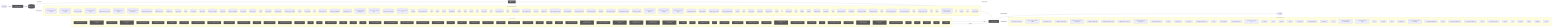
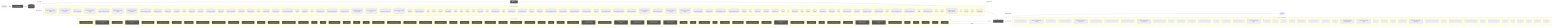
flowchart LR
  UserQ(["👤 User Query"])
  Embed["📐 Embedding Model"]
  VecDB[("📚 Vector Store")]
  Retriever["🔍 Retriever"]
  LLMNode["🧠 LLM / Generator"]
  Output(["✅ Response"])
  UserQ -->|query| Embed
  Embed -->|vector| VecDB
  VecDB -->|top-k chunks| Retriever
  Retriever -->|context + query| LLMNode
  LLMNode -->|generated answer| Output
  subgraph DetectedMemory["Detected memory stores"]
    det_detectedmemory_check_steering_feedback_contract_80134459[("check-steering-feedback-contract")]
    det_detectedmemory_normalize_workflow_contracts_8701f1c8[("normalize-workflow-contracts")]
    det_detectedmemory_sync_codex_preflight_7e7a8dc2[("sync-codex-preflight")]
    det_detectedmemory_test_harness_upgrade_matrix_84113c4e[("test-harness-upgrade-matrix")]
    det_detectedmemory_validate_prompt_context_drift_8c949ef6[("validate-prompt-context-drift")]
    det_detectedmemory_validate_runtime_packet_schemas_bc3ba8ec[("validate-runtime-packet-schemas")]
    det_detectedmemory_validate_system_prompt_gap_adoption_62d8c955[("validate-system-prompt-gap-adoption")]
    det_detectedmemory_validate_workflow_contracts_33dc063c[("validate-workflow-contracts")]
    det_detectedmemory_branch_protect_core_a8feb0fd[("branch-protect-core")]
    det_detectedmemory_ci_migrate_core_7005b5af[("ci-migrate-core")]
    det_detectedmemory_context_health_80bb7da9[("context-health")]
    det_detectedmemory_context_ea7792a2[("context")]
    det_detectedmemory_docs_gate_core_eb9b6c18[("docs-gate-core")]
    det_detectedmemory_index_context_de3ed39d[("index-context")]
    det_detectedmemory_local_memory_preflight_dcc36c42[("local-memory-preflight")]
    det_detectedmemory_memory_gate_a577a506[("memory-gate")]
    det_detectedmemory_pattern_scope_siblings_43abe000[("pattern-scope-siblings")]
    det_detectedmemory_review_context_ca6cf81d[("review-context")]
    det_detectedmemory_review_gate_core_4c8001f9[("review-gate-core")]
    det_detectedmemory_search_24193290[("search")]
    det_detectedmemory_session_context_e5ec72c0[("session-context")]
    det_detectedmemory_tooling_audit_core_328d6a41[("tooling-audit-core")]
    det_detectedmemory_run_local_memory_preflight_36e92808[("run-local-memory-preflight")]
    det_detectedmemory_checker_d2d2328e[("checker")]
    det_detectedmemory_context_health_1_ceb11829[("context-health")]
    det_detectedmemory_types_2_d9bc6e7a[("types")]
    det_detectedmemory_branch_protect_sync_570adb18[("branch-protect-sync")]
    det_detectedmemory_command_capability_rules_ca3f496a[("command-capability-rules")]
    det_detectedmemory_command_specs_core_1c0ffc99[("command-specs-core")]
    det_detectedmemory_local_memory_preflight_command_spec_9e23f3ce[("local-memory-preflight-command-spec")]
    det_detectedmemory_memory_gate_command_spec_dc9001a9[("memory-gate-command-spec")]
    det_detectedmemory_review_gate_command_spec_3187376a[("review-gate-command-spec")]
    det_detectedmemory_session_context_command_spec_973afbb1[("session-context-command-spec")]
    det_detectedmemory_constants_7517017f[("constants")]
    det_detectedmemory_context_compact_policy_3dcaf95d[("context-compact-policy")]
    det_detectedmemory_index_3_7e40d474[("index")]
    det_detectedmemory_indexer_70fa78e5[("indexer")]
    det_detectedmemory_init_error_5c7dd49f[("init-error")]
    det_detectedmemory_lexical_fallback_723e2b3e[("lexical-fallback")]
    det_detectedmemory_ollama_76e3c7bf[("ollama")]
    det_detectedmemory_rollout_a4fa034c[("rollout")]
    det_detectedmemory_sources_878a52fc[("sources")]
    det_detectedmemory_store_824d80d7[("store")]
    det_detectedmemory_sync_contract_c79fa191[("sync-contract")]
    det_detectedmemory_types_8_f6283648[("types")]
    det_detectedmemory_harness_run_context_ac7c77a9[("harness-run-context")]
    det_detectedmemory_index_4_013aa0e3[("index")]
    det_detectedmemory_json_schema_core_96d7e328[("json-schema-core")]
    det_detectedmemory_policy_validators_core_714a3fe7[("policy-validators-core")]
    det_detectedmemory_types_core_e405ddca[("types-core")]
    det_detectedmemory_validator_core_4358f8ba[("validator-core")]
    det_detectedmemory_archive_candidates_scanner_d0931789[("archive-candidates-scanner")]
    det_detectedmemory_archive_candidates_dc0e40e1[("archive-candidates")]
    det_detectedmemory_docs_task_eval_contract_79347457[("docs-task-eval-contract")]
    det_detectedmemory_docs_task_eval_fixtures_44902755[("docs-task-eval-fixtures")]
    det_detectedmemory_init_modes_c05ceb07[("init-modes")]
    det_detectedmemory_project_brain_templates_7ef51530[("project-brain-templates")]
    det_detectedmemory_scaffold_diagram_templates_dd88e83c[("scaffold-diagram-templates")]
    det_detectedmemory_scaffold_doc_templates_f6152330[("scaffold-doc-templates")]
    det_detectedmemory_scaffold_environment_templates_c1ceba6a[("scaffold-environment-templates")]
+     det_detectedmemory_scaffold_hook_templates_8c74ab50[("scaffold-hook-templates")]
    det_detectedmemory_scaffold_root_command_templates_404fed7f[("scaffold-root-command-templates")]
    det_detectedmemory_scaffold_script_template_registry_69312d4e[("scaffold-script-template-registry")]
    det_detectedmemory_scaffold_shell_templates_0ad0f915[("scaffold-shell-templates")]
    det_detectedmemory_scaffold_surfaces_12d6494e[("scaffold-surfaces")]
    det_detectedmemory_scaffold_template_registry_b1cce2aa[("scaffold-template-registry")]
    det_detectedmemory_scaffold_workflow_template_92310587[("scaffold-workflow-template")]
    det_detectedmemory_eval_seed_5699fd3e[("eval-seed")]
    det_detectedmemory_index_10_f6785a46[("index")]
    det_detectedmemory_review_context_1_e3afed15[("review-context")]
    det_detectedmemory_memory_gate_1_265164ac[("memory-gate")]
    det_detectedmemory_branch_enforcer_acb749cd[("branch-enforcer")]
    det_detectedmemory_cli_args_5_09ea29f0[("cli-args")]
    det_detectedmemory_cli_7_dc4a9f7f[("cli")]
    det_detectedmemory_metrics_tracker_98cec29c[("metrics-tracker")]
    det_detectedmemory_types_19_eb4ad5f0[("types")]
    det_detectedmemory_validator_5_b19ac2be[("validator")]
    det_detectedmemory_classifier_fe1991a9[("classifier")]
    det_detectedmemory_tooling_baseline_50ab2eeb[("tooling-baseline")]
    det_detectedmemory_claim_helpers_20dc8387[("claim-helpers")]
    det_detectedmemory_types_24_c63dc1a7[("types")]
    det_detectedmemory_local_memory_smoke_1175abfc[("local-memory-smoke")]
    det_detectedmemory_local_memory_0db17ecc[("local-memory")]
    det_detectedmemory_performance_overload_c685bfcf[("performance-overload")]
    det_detectedmemory_suggestion_generator_0956f794[("suggestion-generator")]
    det_detectedmemory_index_12_762ec91b[("index")]
    det_detectedmemory_prompt_context_drift_report_3257a95c[("prompt-context-drift-report")]
    det_detectedmemory_prompt_context_drift_types_ba6863d4[("prompt-context-drift-types")]
    det_detectedmemory_index_13_97df39c8[("index")]
    det_detectedmemory_prompt_context_receipt_17b862b2[("prompt-context-receipt")]
    det_detectedmemory_types_31_eb363e20[("types")]
    det_detectedmemory_policy_1_fc4198db[("policy")]
    det_detectedmemory_runtime_card_codex_runtime_validation_d8ce9934[("runtime-card-codex-runtime-validation")]
    det_detectedmemory_cli_12_01c06c37[("cli")]
    det_detectedmemory_collector_0736fd5b[("collector")]
    det_detectedmemory_types_34_85e6a0bb[("types")]
    det_detectedmemory_overload_guard_2748c559[("overload-guard")]
  end
  VecDB -. "implemented by" .-> DetectedMemory
  subgraph DetectedLLM["Detected LLM clients"]
    det_detectedllm_check_codex_agent_roles_5bb2e89b["check-codex-agent-roles"]
    det_detectedllm_check_steering_feedback_contract_80134459["check-steering-feedback-contract"]
    det_detectedllm_run_harness_evals_77704768["run-harness-evals"]
    det_detectedllm_validate_decision_request_2e5c325e["validate-decision-request"]
    det_detectedllm_validate_goal_completion_audit_receipt_100d252c["validate-goal-completion-audit-receipt"]
    det_detectedllm_validate_packaged_skill_5e32c890["validate-packaged-skill"]
    det_detectedllm_validate_prompt_context_drift_8c949ef6["validate-prompt-context-drift"]
    det_detectedllm_validate_reviewer_coverage_251efee3["validate-reviewer-coverage"]
    det_detectedllm_validate_system_prompt_gap_adoption_62d8c955["validate-system-prompt-gap-adoption"]
    det_detectedllm_check_environment_core_2c16213f["check-environment-core"]
    det_detectedllm_context_ea7792a2["context"]
    det_detectedllm_index_context_de3ed39d["index-context"]
    det_detectedllm_prompt_gate_c5e9d207["prompt-gate"]
    det_detectedllm_remediate_runner_helpers_929fedcc["remediate-runner-helpers"]
    det_detectedllm_search_24193290["search"]
    det_detectedllm_context_health_1_ceb11829["context-health"]
    det_detectedllm_command_specs_core_1c0ffc99["command-specs-core"]
    det_detectedllm_prompt_gate_command_spec_9a941482["prompt-gate-command-spec"]
    det_detectedllm_constants_7517017f["constants"]
    det_detectedllm_index_3_7e40d474["index"]
    det_detectedllm_indexer_70fa78e5["indexer"]
    det_detectedllm_ollama_76e3c7bf["ollama"]
    det_detectedllm_sync_contract_c79fa191["sync-contract"]
    det_detectedllm_north_star_validators_cfc926ce["north-star-validators"]
    det_detectedllm_hilt_boundary_9b36fb15["hilt-boundary"]
    det_detectedllm_types_10_75e5a4a0["types"]
    det_detectedllm_goal_completion_audit_receipt_validation_9d0f4891["goal-completion-audit-receipt-validation"]
    det_detectedllm_goal_completion_audit_receipt_5e4939c3["goal-completion-audit-receipt"]
    det_detectedllm_index_5_522f772a["index"]
    det_detectedllm_constants_1_a84e15f0["constants"]
    det_detectedllm_types_17_ed30531c["types"]
    det_detectedllm_sensitive_text_7c11f760["sensitive-text"]
    det_detectedllm_pr_template_linked_issue_relationship_a7b61f2c["pr-template-linked-issue-relationship"]
    det_detectedllm_pr_template_validator_rules_20a32d6b["pr-template-validator-rules"]
    det_detectedllm_index_12_762ec91b["index"]
    det_detectedllm_prompt_context_drift_report_3257a95c["prompt-context-drift-report"]
    det_detectedllm_prompt_context_drift_types_ba6863d4["prompt-context-drift-types"]
    det_detectedllm_index_13_97df39c8["index"]
    det_detectedllm_prompt_context_receipt_17b862b2["prompt-context-receipt"]
    det_detectedllm_cli_args_9_9c136878["cli-args"]
    det_detectedllm_cli_11_338a8415["cli"]
    det_detectedllm_sections_4697ef32["sections"]
    det_detectedllm_types_27_4d134744["types"]
    det_detectedllm_validator_7_f836eb0e["validator"]
    det_detectedllm_cli_args_10_861cdd3f["cli-args"]
  end
  LLMNode -. "implemented by" .-> DetectedLLM
  subgraph DetectedTools["Agentic tool calls"]
    det_detectedtools_check_codex_agent_roles_5bb2e89b["🔧 check-codex-agent-roles"]
    det_detectedtools_check_steering_feedback_contract_80134459["🔧 check-steering-feedback-contract"]
    det_detectedtools_run_harness_evals_77704768["🔧 run-harness-evals"]
    det_detectedtools_validate_action_review_receipt_fa2f06c3["🔧 validate-action-review-receipt"]
    det_detectedtools_validate_packaged_skill_5e32c890["🔧 validate-packaged-skill"]
    det_detectedtools_validate_replay_packet_f309747e["🔧 validate-replay-packet"]
    det_detectedtools_ci_migrate_core_7005b5af["🔧 ci-migrate-core"]
    det_detectedtools_doctor_checks_5a2eb2b9["🔧 doctor-checks"]
    det_detectedtools_doctor_github_tool_check_e0a938df["🔧 doctor-github-tool-check"]
    det_detectedtools_doctor_github_tool_checks_a53b0382["🔧 doctor-github-tool-checks"]
    det_detectedtools_doctor_tool_checks_4acac51a["🔧 doctor-tool-checks"]
    det_detectedtools_next_blocked_decisions_4140ad2b["🔧 next-blocked-decisions"]
    det_detectedtools_policy_gate_213f7313["🔧 policy-gate"]
    det_detectedtools_remediate_cli_output_cc165396["🔧 remediate-cli-output"]
    det_detectedtools_remediate_runner_helpers_929fedcc["🔧 remediate-runner-helpers"]
    det_detectedtools_review_gate_core_4c8001f9["🔧 review-gate-core"]
    det_detectedtools_index_1bc04b52["🔧 index"]
    det_detectedtools_types_1_4ecdf56e["🔧 types"]
    det_detectedtools_validation_constants_e002a0f6["🔧 validation-constants"]
    det_detectedtools_validation_98c41dcd["🔧 validation"]
    det_detectedtools_checker_d2d2328e["🔧 checker"]
    det_detectedtools_cli_args_1_6144b055["🔧 cli-args"]
    det_detectedtools_command_capabilities_a4d5c71e["🔧 command-capabilities"]
    det_detectedtools_command_capability_rules_ca3f496a["🔧 command-capability-rules"]
    det_detectedtools_linear_command_actions_e430f4f4["🔧 linear-command-actions"]
    det_detectedtools_linear_command_runner_4a740dfc["🔧 linear-command-runner"]
    det_detectedtools_policy_validators_core_714a3fe7["🔧 policy-validators-core"]
    det_detectedtools_types_core_e405ddca["🔧 types-core"]
    det_detectedtools_validator_core_4358f8ba["🔧 validator-core"]
    det_detectedtools_validator_helpers_7b927667["🔧 validator-helpers"]
    det_detectedtools_he_phase_exit_core_1148895b["🔧 he-phase-exit-core"]
    det_detectedtools_ralph_runtime_73d63c0e["🔧 ralph-runtime"]
    det_detectedtools_observed_skill_usage_ed7d5930["🔧 observed-skill-usage"]
    det_detectedtools_closure_evidence_aaa31467["🔧 closure-evidence"]
    det_detectedtools_pr_creator_dc6b1ea4["🔧 pr-creator"]
    det_detectedtools_client_948fe603["🔧 client"]
    det_detectedtools_init_output_360dce91["🔧 init-output"]
    det_detectedtools_scaffold_ci_templates_2afd6392["🔧 scaffold-ci-templates"]
    det_detectedtools_scaffold_codex_environment_templates_334fbbed["🔧 scaffold-codex-environment-templates"]
    det_detectedtools_scaffold_config_templates_4b80ce53["🔧 scaffold-config-templates"]
    det_detectedtools_scaffold_environment_templates_c1ceba6a["🔧 scaffold-environment-templates"]
    det_detectedtools_scaffold_github_actions_pr_pipeline_renderer_1ee18de5["🔧 scaffold-github-actions-pr-pipeline-renderer"]
    det_detectedtools_scaffold_github_actions_pr_pipeline_template_e2b85f62["🔧 scaffold-github-actions-pr-pipeline-template"]
    det_detectedtools_scaffold_release_private_npm_template_075499f8["🔧 scaffold-release-private-npm-template"]
    det_detectedtools_constants_1_a84e15f0["🔧 constants"]
    det_detectedtools_index_9_32dd4d91["🔧 index"]
    det_detectedtools_validation_common_6161e48b["🔧 validation-common"]
    det_detectedtools_cli_7_dc4a9f7f["🔧 cli"]
    det_detectedtools_metrics_tracker_98cec29c["🔧 metrics-tracker"]
    det_detectedtools_normalise_renderer_85f2e563["🔧 normalise-renderer"]
    det_detectedtools_evaluation_engine_core_e054fe49["🔧 evaluation-engine-core"]
    det_detectedtools_tooling_baseline_50ab2eeb["🔧 tooling-baseline"]
    det_detectedtools_prompt_context_drift_report_3257a95c["🔧 prompt-context-drift-report"]
    det_detectedtools_prompt_context_drift_types_ba6863d4["🔧 prompt-context-drift-types"]
    det_detectedtools_replay_packet_a1293f88["🔧 replay-packet"]
    det_detectedtools_index_14_d982116c["🔧 index"]
    det_detectedtools_review_lifecycle_contract_e5447221["🔧 review-lifecycle-contract"]
    det_detectedtools_review_lifecycle_89afa64c["🔧 review-lifecycle"]
    det_detectedtools_runtime_card_codex_runtime_validation_d8ce9934["🔧 runtime-card-codex-runtime-validation"]
    det_detectedtools_runtime_card_codex_runtime_0655e230["🔧 runtime-card-codex-runtime"]
    det_detectedtools_runtime_evidence_bundle_d471a232["🔧 runtime-evidence-bundle"]
    det_detectedtools_types_36_674380ec["🔧 types"]
    det_detectedtools_index_17_642943a2["🔧 index"]
    det_detectedtools_projection_1b250ea1["🔧 projection"]
    det_detectedtools_types_38_e8efcd57["🔧 types"]
    det_detectedtools_validation_7_c4e6d8b6["🔧 validation"]
  end
  LLMNode -->|tool use| DetectedTools
  DetectedTools -->|result| LLMNode
  classDef memNode fill:#555,color:#fff
  class VecDB,Retriever memNode
  classDef llmNode fill:#555,color:#fff
  class LLMNode,Embed llmNode
  classDef toolNode fill:#555,color:#fff
  class det_detectedtools_check_codex_agent_roles_5bb2e89b,det_detectedtools_check_steering_feedback_contract_80134459,det_detectedtools_run_harness_evals_77704768,det_detectedtools_validate_action_review_receipt_fa2f06c3,det_detectedtools_validate_packaged_skill_5e32c890,det_detectedtools_validate_replay_packet_f309747e,det_detectedtools_ci_migrate_core_7005b5af,det_detectedtools_doctor_checks_5a2eb2b9,det_detectedtools_doctor_github_tool_check_e0a938df,det_detectedtools_doctor_github_tool_checks_a53b0382,det_detectedtools_doctor_tool_checks_4acac51a,det_detectedtools_next_blocked_decisions_4140ad2b,det_detectedtools_policy_gate_213f7313,det_detectedtools_remediate_cli_output_cc165396,det_detectedtools_remediate_runner_helpers_929fedcc,det_detectedtools_review_gate_core_4c8001f9,det_detectedtools_index_1bc04b52,det_detectedtools_types_1_4ecdf56e,det_detectedtools_validation_constants_e002a0f6,det_detectedtools_validation_98c41dcd,det_detectedtools_checker_d2d2328e,det_detectedtools_cli_args_1_6144b055,det_detectedtools_command_capabilities_a4d5c71e,det_detectedtools_command_capability_rules_ca3f496a,det_detectedtools_linear_command_actions_e430f4f4,det_detectedtools_linear_command_runner_4a740dfc,det_detectedtools_policy_validators_core_714a3fe7,det_detectedtools_types_core_e405ddca,det_detectedtools_validator_core_4358f8ba,det_detectedtools_validator_helpers_7b927667,det_detectedtools_he_phase_exit_core_1148895b,det_detectedtools_ralph_runtime_73d63c0e,det_detectedtools_observed_skill_usage_ed7d5930,det_detectedtools_closure_evidence_aaa31467,det_detectedtools_pr_creator_dc6b1ea4,det_detectedtools_client_948fe603,det_detectedtools_init_output_360dce91,det_detectedtools_scaffold_ci_templates_2afd6392,det_detectedtools_scaffold_codex_environment_templates_334fbbed,det_detectedtools_scaffold_config_templates_4b80ce53,det_detectedtools_scaffold_environment_templates_c1ceba6a,det_detectedtools_scaffold_github_actions_pr_pipeline_renderer_1ee18de5,det_detectedtools_scaffold_github_actions_pr_pipeline_template_e2b85f62,det_detectedtools_scaffold_release_private_npm_template_075499f8,det_detectedtools_constants_1_a84e15f0,det_detectedtools_index_9_32dd4d91,det_detectedtools_validation_common_6161e48b,det_detectedtools_cli_7_dc4a9f7f,det_detectedtools_metrics_tracker_98cec29c,det_detectedtools_normalise_renderer_85f2e563,det_detectedtools_evaluation_engine_core_e054fe49,det_detectedtools_tooling_baseline_50ab2eeb,det_detectedtools_prompt_context_drift_report_3257a95c,det_detectedtools_prompt_context_drift_types_ba6863d4,det_detectedtools_replay_packet_a1293f88,det_detectedtools_index_14_d982116c,det_detectedtools_review_lifecycle_contract_e5447221,det_detectedtools_review_lifecycle_89afa64c,det_detectedtools_runtime_card_codex_runtime_validation_d8ce9934,det_detectedtools_runtime_card_codex_runtime_0655e230,det_detectedtools_runtime_evidence_bundle_d471a232,det_detectedtools_types_36_674380ec,det_detectedtools_index_17_642943a2,det_detectedtools_projection_1b250ea1,det_detectedtools_types_38_e8efcd57,det_detectedtools_validation_7_c4e6d8b6 toolNode
